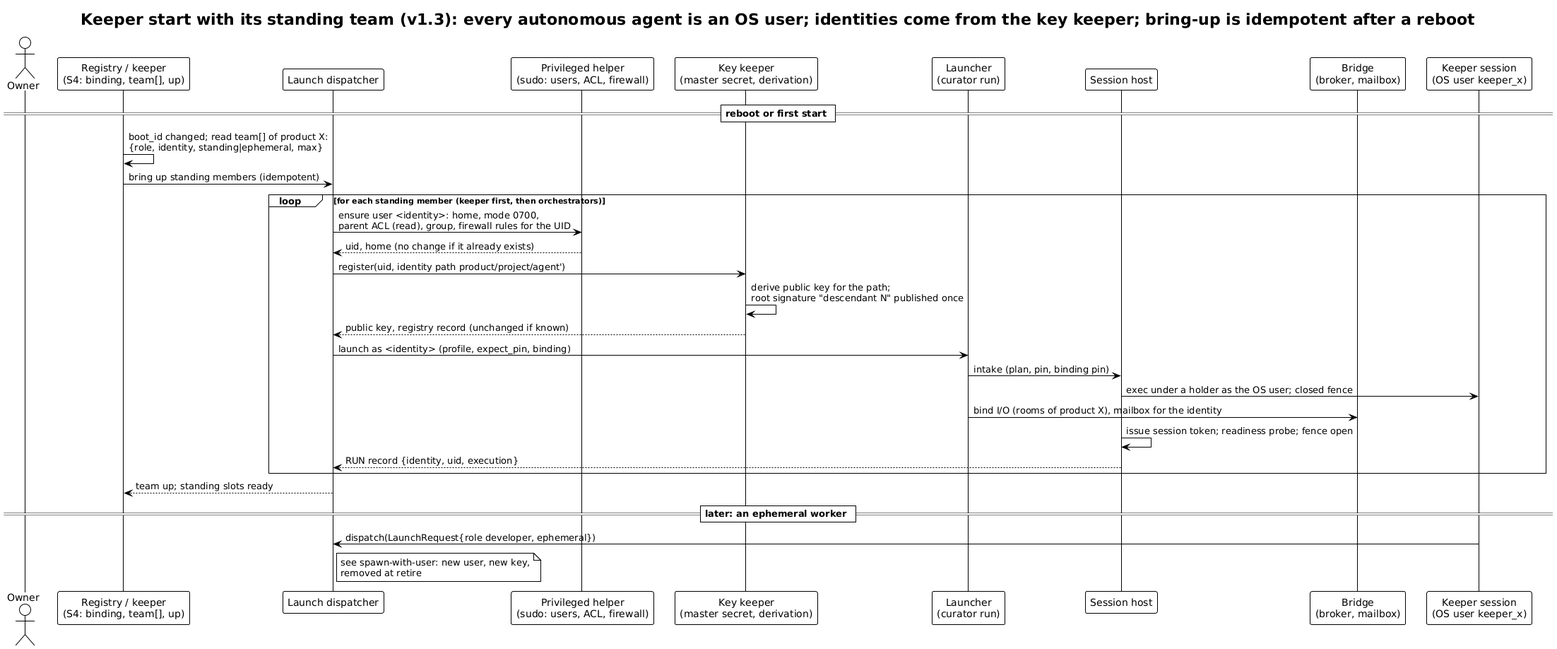
Before: diagrams/artefacts/plantuml/keeper-team-start.png, a diagram exported from PlantUML (relux-works/swarm-platform-architecture). Source of this version:
```plantuml
@startuml keeper-team-start
!theme plain
title Keeper start with its standing team (v1.3): every autonomous agent is an OS user; identities come from the key keeper; bring-up is idempotent after a reboot

actor "Owner" as OW
participant "Registry / keeper\n(S4: binding, team[], up)" as Reg
participant "Launch dispatcher" as D
participant "Privileged helper\n(sudo: users, ACL, firewall)" as PH
participant "Key keeper\n(master secret, derivation)" as KK
participant "Launcher\n(curator run)" as L
participant "Session host" as SH
participant "Bridge\n(broker, mailbox)" as BR
participant "Keeper session\n(OS user keeper_x)" as K

== reboot or first start ==
Reg -> Reg: boot_id changed; read team[] of product X:\n{role, identity, standing|ephemeral, max}
Reg -> D: bring up standing members (idempotent)
loop for each standing member (keeper first, then orchestrators)
  D -> PH: ensure user <identity>: home, mode 0700,\nparent ACL (read), group, firewall rules for the UID
  PH --> D: uid, home (no change if it already exists)
  D -> KK: register(uid, identity path product/project/agent')
  KK -> KK: derive public key for the path;\nroot signature "descendant N" published once
  KK --> D: public key, registry record (unchanged if known)
  D -> L: launch as <identity> (profile, expect_pin, binding)
  L -> SH: intake (plan, pin, binding pin)
  SH -> K: exec under a holder as the OS user; closed fence
  L -> BR: bind I/O (rooms of product X), mailbox for the identity
  SH -> SH: issue session token; readiness probe; fence open
  SH --> D: RUN record {identity, uid, execution}
end
D --> Reg: team up; standing slots ready

== later: an ephemeral worker ==
K -> D: dispatch(LaunchRequest{role developer, ephemeral})
note right of D: see spawn-with-user: new user, new key,\nremoved at retire
@enduml
```
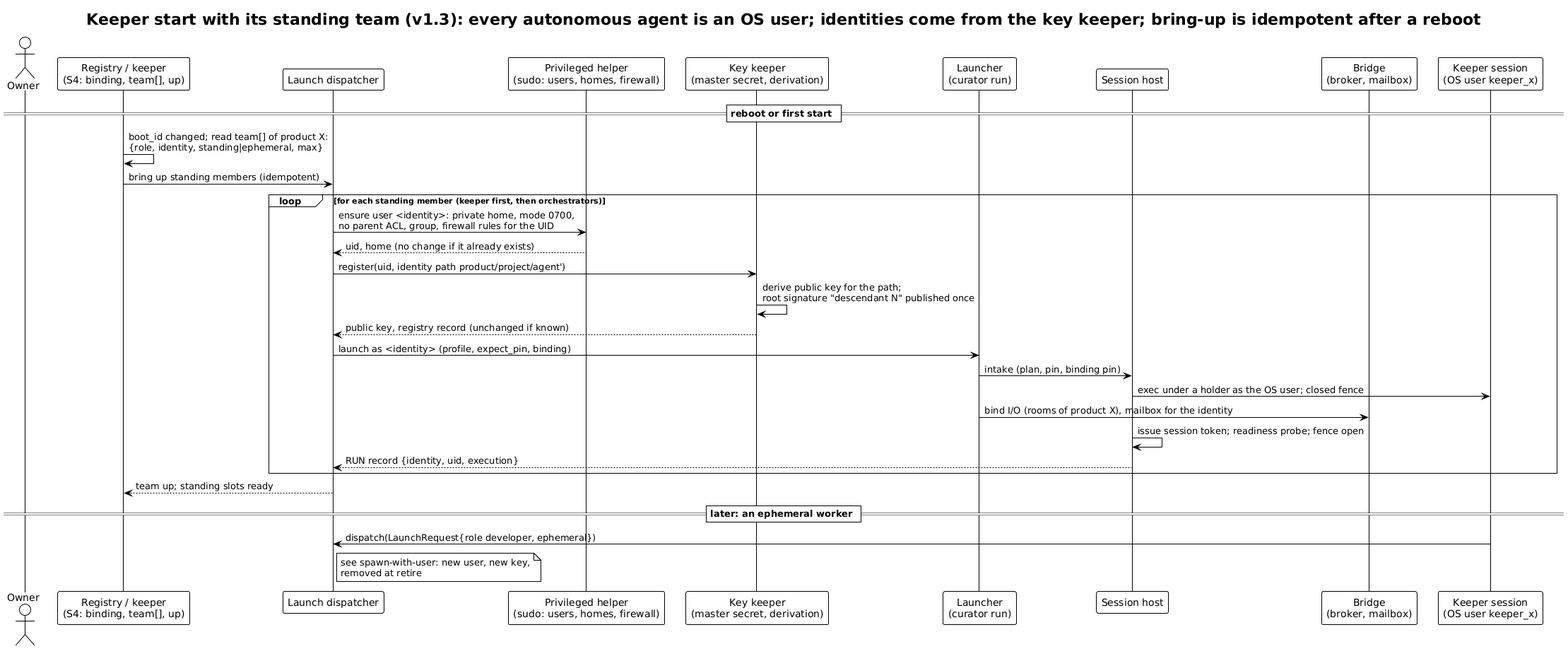
The same file after the commit.

Commit message:
Render the home and ACL wording fix from workflow run 38321662615

Change to the diagram source:
```diff
@@ -5,7 +5,7 @@
 actor "Owner" as OW
 participant "Registry / keeper\n(S4: binding, team[], up)" as Reg
 participant "Launch dispatcher" as D
-participant "Privileged helper\n(sudo: users, ACL, firewall)" as PH
+participant "Privileged helper\n(sudo: users, homes, firewall)" as PH
 participant "Key keeper\n(master secret, derivation)" as KK
 participant "Launcher\n(curator run)" as L
 participant "Session host" as SH
@@ -16,7 +16,7 @@
 Reg -> Reg: boot_id changed; read team[] of product X:\n{role, identity, standing|ephemeral, max}
 Reg -> D: bring up standing members (idempotent)
 loop for each standing member (keeper first, then orchestrators)
-  D -> PH: ensure user <identity>: home, mode 0700,\nparent ACL (read), group, firewall rules for the UID
+  D -> PH: ensure user <identity>: private home, mode 0700,\nno parent ACL, group, firewall rules for the UID
   PH --> D: uid, home (no change if it already exists)
   D -> KK: register(uid, identity path product/project/agent')
   KK -> KK: derive public key for the path;\nroot signature "descendant N" published once
```
